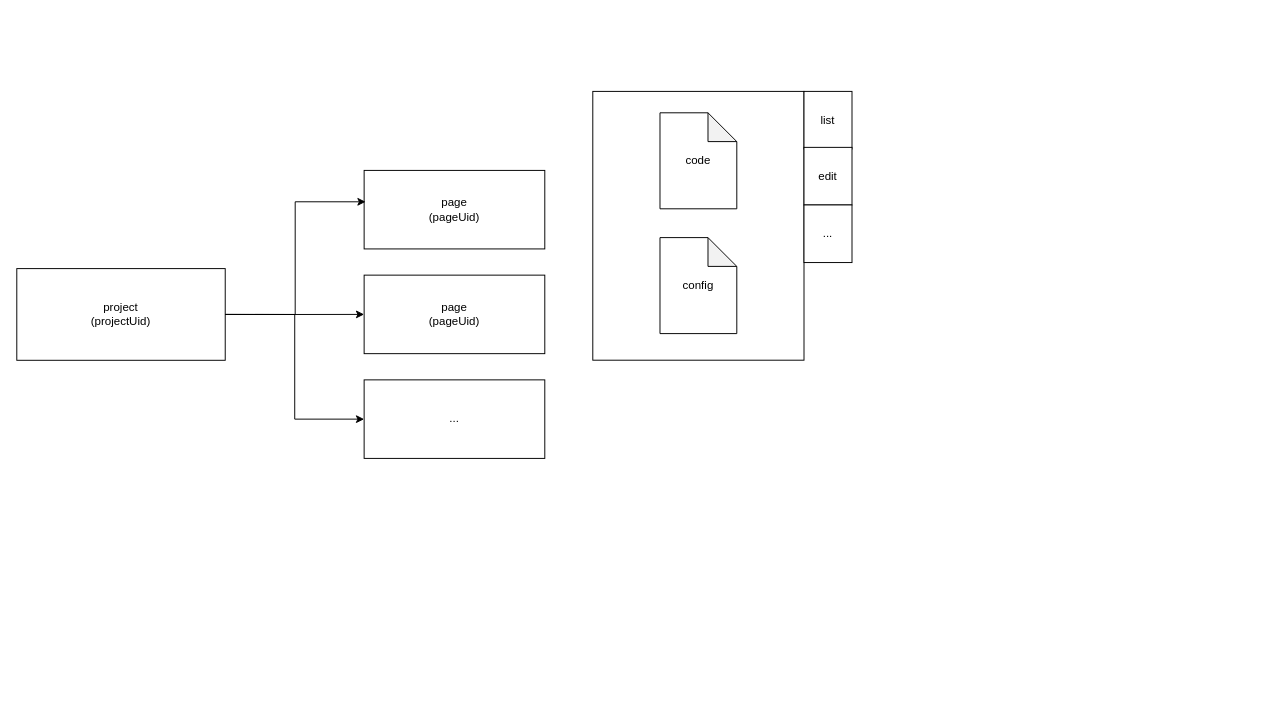
This is lego.drawio from axtrur/resource, a draw.io file, before an edit. Source tidied: cells renumbered, new cells numbered last; positions are measured from the earlier drawing's top-left corner, leaving out a move shared by most shapes. Both pictures are drawn from the tidied source at 96%, with x=0, y=0 at pixel (16, 91).
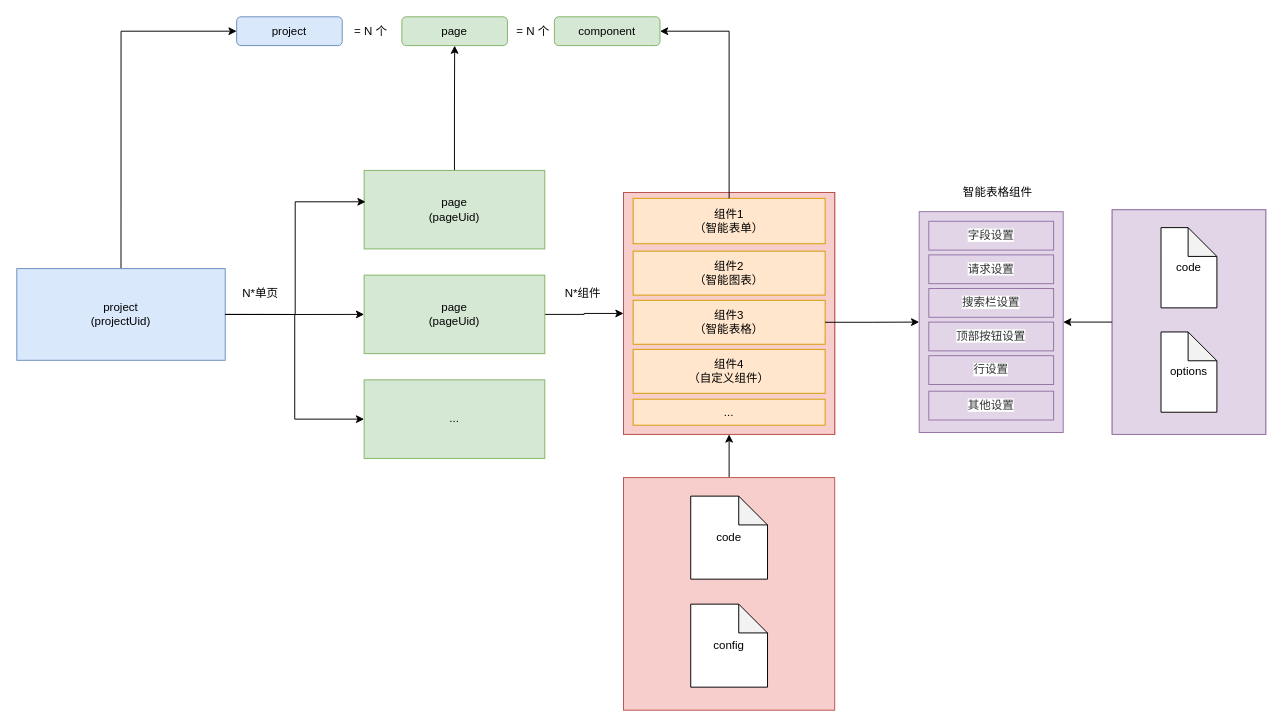
Above is the later version.

Change to the diagram source:
```diff
@@
-    <mxCell id="2" style="rounded=0;whiteSpace=wrap;html=1;" parent="1" vertex="1">
-      <mxGeometry x="600" y="-0.3" width="220" height="280" as="geometry" />
-    </mxCell>
-    <mxCell id="3" value="code" style="shape=note;whiteSpace=wrap;html=1;backgroundOutline=1;darkOpacity=0.05;" parent="1" vertex="1">
-      <mxGeometry x="670" y="22" width="80" height="100" as="geometry" />
-    </mxCell>
-    <mxCell id="4" value="config" style="shape=note;whiteSpace=wrap;html=1;backgroundOutline=1;darkOpacity=0.05;" parent="1" vertex="1">
-      <mxGeometry x="670" y="152" width="80" height="100" as="geometry" />
-    </mxCell>
+    <mxCell id="15" style="edgeStyle=orthogonalEdgeStyle;rounded=0;jettySize=auto;html=1;exitX=0.5;exitY=0;exitDx=0;exitDy=0;entryX=0;entryY=0.5;entryDx=0;entryDy=0;" parent="1" edge="1" source="5" target="18">
+      <mxGeometry relative="1" as="geometry" />
+    </mxCell>
-    <mxCell id="5" value="project&lt;br&gt;(projectUid)" style="rounded=0;whiteSpace=wrap;html=1;" parent="1" vertex="1">
+    <mxCell id="5" value="project&lt;br&gt;(projectUid)" style="rounded=0;whiteSpace=wrap;html=1;fillColor=#dae8fc;strokeColor=#6c8ebf;" parent="1" vertex="1">
       <mxGeometry y="184.3" width="217.1" height="95.5" as="geometry" />
     </mxCell>
+    <mxCell id="16" style="edgeStyle=orthogonalEdgeStyle;rounded=0;jettySize=auto;html=1;exitX=0.5;exitY=0;exitDx=0;exitDy=0;entryX=0.5;entryY=1;entryDx=0;entryDy=0;" parent="1" edge="1" source="6" target="20">
+      <mxGeometry relative="1" as="geometry" />
+    </mxCell>
-    <mxCell id="6" value="page&lt;br&gt;(pageUid)" style="rounded=0;whiteSpace=wrap;html=1;" parent="1" vertex="1">
+    <mxCell id="6" value="page&lt;br&gt;(pageUid)" style="rounded=0;whiteSpace=wrap;html=1;fillColor=#d5e8d4;strokeColor=#82b366;" parent="1" vertex="1">
       <mxGeometry x="361.8" y="82" width="188.2" height="81.8" as="geometry" />
     </mxCell>
@@
+    <mxCell id="17" style="edgeStyle=orthogonalEdgeStyle;rounded=0;jettySize=auto;html=1;exitX=1;exitY=0.5;exitDx=0;exitDy=0;" parent="1" edge="1" source="8" target="31">
+      <mxGeometry relative="1" as="geometry" />
+    </mxCell>
-    <mxCell id="8" value="page&lt;br&gt;(pageUid)" style="rounded=0;whiteSpace=wrap;html=1;" parent="1" vertex="1">
+    <mxCell id="8" value="page&lt;br&gt;(pageUid)" style="rounded=0;whiteSpace=wrap;html=1;fillColor=#d5e8d4;strokeColor=#82b366;" parent="1" vertex="1">
       <mxGeometry x="361.8" y="191.1" width="188.2" height="81.8" as="geometry" />
     </mxCell>
@@
-    <mxCell id="10" value="..." style="rounded=0;whiteSpace=wrap;html=1;" parent="1" vertex="1">
+    <mxCell id="10" value="..." style="rounded=0;whiteSpace=wrap;html=1;fillColor=#d5e8d4;strokeColor=#82b366;" parent="1" vertex="1">
       <mxGeometry x="361.8" y="300.2" width="188.2" height="81.8" as="geometry" />
     </mxCell>
@@
-    <mxCell id="12" value="list" style="rounded=0;whiteSpace=wrap;html=1;" parent="1" vertex="1">
-      <mxGeometry x="820" y="-0.3" width="50" height="60" as="geometry" />
-    </mxCell>
-    <mxCell id="13" value="edit" style="rounded=0;whiteSpace=wrap;html=1;" parent="1" vertex="1">
-      <mxGeometry x="820" y="58" width="50" height="60" as="geometry" />
-    </mxCell>
+    <mxCell id="18" value="&lt;span&gt;project&lt;/span&gt;" style="rounded=1;whiteSpace=wrap;html=1;fillColor=#dae8fc;strokeColor=#6c8ebf;" parent="1" vertex="1">
+      <mxGeometry x="229" y="-78" width="110" height="30" as="geometry" />
+    </mxCell>
+    <mxCell id="19" value="= N 个" style="text;html=1;strokeColor=none;fillColor=none;align=center;verticalAlign=middle;whiteSpace=wrap;rounded=0;" parent="1" vertex="1">
+      <mxGeometry x="344" y="-73" width="50" height="20" as="geometry" />
+    </mxCell>
+    <mxCell id="20" value="&lt;span&gt;page&lt;/span&gt;" style="rounded=1;whiteSpace=wrap;html=1;fillColor=#d5e8d4;strokeColor=#82b366;" parent="1" vertex="1">
+      <mxGeometry x="401.1" y="-78" width="110" height="30" as="geometry" />
+    </mxCell>
+    <mxCell id="21" value="N*单页" style="text;html=1;strokeColor=none;fillColor=none;align=center;verticalAlign=middle;whiteSpace=wrap;rounded=0;" parent="1" vertex="1">
+      <mxGeometry x="234" y="200" width="40" height="20" as="geometry" />
+    </mxCell>
+    <mxCell id="22" style="rounded=0;whiteSpace=wrap;html=1;fillColor=#e1d5e7;strokeColor=#9673a6;" parent="1" vertex="1">
+      <mxGeometry x="940" y="125" width="150" height="230" as="geometry" />
+    </mxCell>
+    <mxCell id="23" value="&lt;span style=&quot;color: rgb(48 , 49 , 51) ; font-family: &amp;#34;avenir&amp;#34; , &amp;#34;helvetica&amp;#34; , &amp;#34;arial&amp;#34; , sans-serif ; background-color: rgb(255 , 255 , 255)&quot;&gt;&lt;font style=&quot;font-size: 12px&quot;&gt;字段设置&lt;/font&gt;&lt;/span&gt;" style="rounded=0;whiteSpace=wrap;html=1;fillColor=#e1d5e7;strokeColor=#9673a6;" parent="1" vertex="1">
+      <mxGeometry x="950" y="135" width="130" height="30" as="geometry" />
+    </mxCell>
+    <mxCell id="24" value="&lt;span style=&quot;color: rgb(48 , 49 , 51) ; font-family: &amp;#34;avenir&amp;#34; , &amp;#34;helvetica&amp;#34; , &amp;#34;arial&amp;#34; , sans-serif ; background-color: rgb(255 , 255 , 255)&quot;&gt;&lt;font style=&quot;font-size: 12px&quot;&gt;请求设置&lt;/font&gt;&lt;/span&gt;" style="rounded=0;whiteSpace=wrap;html=1;fillColor=#e1d5e7;strokeColor=#9673a6;" parent="1" vertex="1">
+      <mxGeometry x="950" y="170" width="130" height="30" as="geometry" />
+    </mxCell>
+    <mxCell id="25" value="&lt;font color=&quot;#303133&quot; face=&quot;avenir, helvetica, arial, sans-serif&quot;&gt;&lt;span style=&quot;background-color: rgb(255 , 255 , 255)&quot;&gt;搜索栏设置&lt;/span&gt;&lt;/font&gt;" style="rounded=0;whiteSpace=wrap;html=1;fillColor=#e1d5e7;strokeColor=#9673a6;" parent="1" vertex="1">
+      <mxGeometry x="950" y="205" width="130" height="30" as="geometry" />
+    </mxCell>
+    <mxCell id="26" value="&lt;font color=&quot;#303133&quot; face=&quot;avenir, helvetica, arial, sans-serif&quot;&gt;&lt;span style=&quot;background-color: rgb(255 , 255 , 255)&quot;&gt;顶部按钮设置&lt;/span&gt;&lt;/font&gt;" style="rounded=0;whiteSpace=wrap;html=1;fillColor=#e1d5e7;strokeColor=#9673a6;" parent="1" vertex="1">
+      <mxGeometry x="950" y="240" width="130" height="30" as="geometry" />
+    </mxCell>
+    <mxCell id="27" value="&lt;span style=&quot;color: rgb(48 , 49 , 51) ; font-family: &amp;#34;avenir&amp;#34; , &amp;#34;helvetica&amp;#34; , &amp;#34;arial&amp;#34; , sans-serif ; background-color: rgb(255 , 255 , 255)&quot;&gt;&lt;font style=&quot;font-size: 12px&quot;&gt;行设置&lt;/font&gt;&lt;/span&gt;" style="rounded=0;whiteSpace=wrap;html=1;fillColor=#e1d5e7;strokeColor=#9673a6;" parent="1" vertex="1">
+      <mxGeometry x="950" y="275" width="130" height="30" as="geometry" />
+    </mxCell>
+    <mxCell id="28" value="&lt;font color=&quot;#303133&quot; face=&quot;avenir, helvetica, arial, sans-serif&quot;&gt;&lt;span style=&quot;background-color: rgb(255 , 255 , 255)&quot;&gt;其他设置&lt;/span&gt;&lt;/font&gt;" style="rounded=0;whiteSpace=wrap;html=1;fillColor=#e1d5e7;strokeColor=#9673a6;" parent="1" vertex="1">
+      <mxGeometry x="950" y="312" width="130" height="30" as="geometry" />
+    </mxCell>
+    <mxCell id="29" value="智能表格组件" style="text;html=1;strokeColor=none;fillColor=none;align=center;verticalAlign=middle;whiteSpace=wrap;rounded=0;" parent="1" vertex="1">
+      <mxGeometry x="982.5" y="95" width="77.5" height="20" as="geometry" />
+    </mxCell>
+    <mxCell id="30" style="group;fillColor=#f8cecc;strokeColor=#b85450;" parent="1" vertex="1">
+      <mxGeometry x="632" y="105" width="220" height="252" as="geometry" />
+    </mxCell>
+    <mxCell id="31" style="rounded=0;whiteSpace=wrap;html=1;fillColor=#f8cecc;strokeColor=#b85450;" parent="30" vertex="1">
+      <mxGeometry width="220" height="252" as="geometry" />
+    </mxCell>
+    <mxCell id="32" value="组件1&lt;br&gt;（智能表单）" style="rounded=0;whiteSpace=wrap;html=1;fillColor=#ffe6cc;strokeColor=#d79b00;" parent="30" vertex="1">
+      <mxGeometry x="10" y="6.1" width="200" height="47.3" as="geometry" />
+    </mxCell>
+    <mxCell id="33" value="组件2&lt;br&gt;（智能图表）" style="rounded=0;whiteSpace=wrap;html=1;fillColor=#ffe6cc;strokeColor=#d79b00;" parent="30" vertex="1">
+      <mxGeometry x="10" y="61.1" width="200" height="45.8" as="geometry" />
+    </mxCell>
-    <mxCell id="14" value="..." style="rounded=0;whiteSpace=wrap;html=1;" parent="1" vertex="1">
-      <mxGeometry x="820" y="118" width="50" height="60" as="geometry" />
+    <mxCell id="14" value="..." style="rounded=0;whiteSpace=wrap;html=1;fillColor=#ffe6cc;strokeColor=#d79b00;" parent="30" vertex="1">
+      <mxGeometry x="10" y="215.3" width="200" height="27.1" as="geometry" />
     </mxCell>
+    <mxCell id="34" value="组件3&lt;br&gt;（智能表格）" style="rounded=0;whiteSpace=wrap;html=1;fillColor=#ffe6cc;strokeColor=#d79b00;" parent="30" vertex="1">
+      <mxGeometry x="10" y="112.3" width="200" height="45.8" as="geometry" />
+    </mxCell>
+    <mxCell id="35" value="组件4&lt;br&gt;（自定义组件）" style="rounded=0;whiteSpace=wrap;html=1;fillColor=#ffe6cc;strokeColor=#d79b00;" parent="30" vertex="1">
+      <mxGeometry x="10" y="163.4" width="200" height="45.8" as="geometry" />
+    </mxCell>
+    <mxCell id="36" style="group;fillColor=#e1d5e7;strokeColor=#9673a6;" parent="1" vertex="1">
+      <mxGeometry x="1141" y="123" width="160" height="234" as="geometry" />
+    </mxCell>
+    <mxCell id="37" style="rounded=0;whiteSpace=wrap;html=1;fillColor=#e1d5e7;strokeColor=#9673a6;" parent="36" vertex="1">
+      <mxGeometry width="160" height="234" as="geometry" />
+    </mxCell>
+    <mxCell id="38" value="code" style="shape=note;whiteSpace=wrap;html=1;backgroundOutline=1;darkOpacity=0.05;" parent="36" vertex="1">
+      <mxGeometry x="50.9" y="18.6" width="58.2" height="83.6" as="geometry" />
+    </mxCell>
+    <mxCell id="39" value="options" style="shape=note;whiteSpace=wrap;html=1;backgroundOutline=1;darkOpacity=0.05;" parent="36" vertex="1">
+      <mxGeometry x="50.9" y="127.3" width="58.2" height="83.6" as="geometry" />
+    </mxCell>
+    <mxCell id="40" style="edgeStyle=orthogonalEdgeStyle;rounded=0;jettySize=auto;html=1;exitX=0;exitY=0.5;exitDx=0;exitDy=0;entryX=1;entryY=0.5;entryDx=0;entryDy=0;" parent="1" edge="1" source="37" target="22">
+      <mxGeometry relative="1" as="geometry" />
+    </mxCell>
+    <mxCell id="41" value="&lt;span&gt;component&lt;/span&gt;" style="rounded=1;whiteSpace=wrap;html=1;fillColor=#d5e8d4;strokeColor=#82b366;" parent="1" vertex="1">
+      <mxGeometry x="560" y="-78" width="110" height="30" as="geometry" />
+    </mxCell>
+    <mxCell id="42" value="= N 个" style="text;html=1;strokeColor=none;fillColor=none;align=center;verticalAlign=middle;whiteSpace=wrap;rounded=0;" parent="1" vertex="1">
+      <mxGeometry x="518" y="-73" width="40" height="20" as="geometry" />
+    </mxCell>
+    <mxCell id="43" style="edgeStyle=orthogonalEdgeStyle;rounded=0;jettySize=auto;html=1;exitX=0.5;exitY=0;exitDx=0;exitDy=0;entryX=0.5;entryY=1;entryDx=0;entryDy=0;" parent="1" edge="1" source="2" target="31">
+      <mxGeometry relative="1" as="geometry" />
+    </mxCell>
+    <mxCell id="2" style="rounded=0;whiteSpace=wrap;html=1;fillColor=#f8cecc;strokeColor=#b85450;" parent="1" vertex="1">
+      <mxGeometry x="632" y="402" width="220" height="242.3" as="geometry" />
+    </mxCell>
+    <mxCell id="3" value="code" style="shape=note;whiteSpace=wrap;html=1;backgroundOutline=1;darkOpacity=0.05;" parent="1" vertex="1">
+      <mxGeometry x="702" y="421.3" width="80" height="86.5" as="geometry" />
+    </mxCell>
+    <mxCell id="4" value="config" style="shape=note;whiteSpace=wrap;html=1;backgroundOutline=1;darkOpacity=0.05;" parent="1" vertex="1">
+      <mxGeometry x="702" y="533.8" width="80" height="86.5" as="geometry" />
+    </mxCell>
+    <mxCell id="44" value="N*组件" style="text;html=1;strokeColor=none;fillColor=none;align=center;verticalAlign=middle;whiteSpace=wrap;rounded=0;" parent="1" vertex="1">
+      <mxGeometry x="570" y="200" width="40" height="20" as="geometry" />
+    </mxCell>
+    <mxCell id="45" style="edgeStyle=orthogonalEdgeStyle;rounded=0;jettySize=auto;html=1;exitX=1;exitY=0.5;exitDx=0;exitDy=0;" parent="1" edge="1" source="34" target="22">
+      <mxGeometry relative="1" as="geometry" />
+    </mxCell>
+    <mxCell id="46" style="edgeStyle=orthogonalEdgeStyle;rounded=0;jettySize=auto;html=1;exitX=0.5;exitY=0;exitDx=0;exitDy=0;entryX=1;entryY=0.5;entryDx=0;entryDy=0;" parent="1" edge="1" source="32" target="41">
+      <mxGeometry relative="1" as="geometry" />
+    </mxCell>
```
